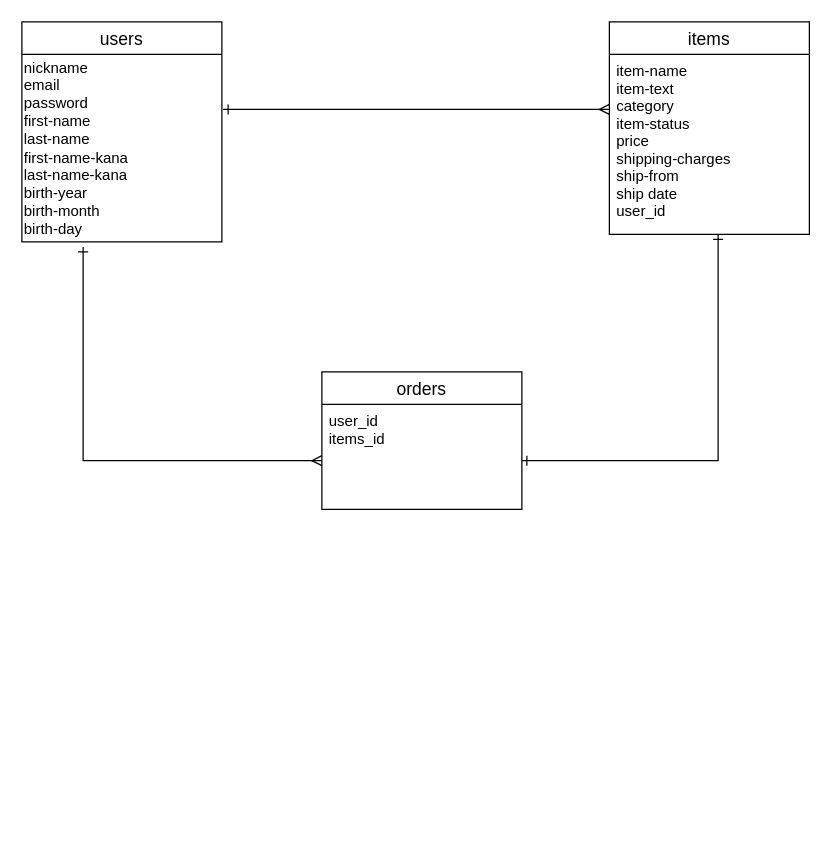
Earlier version of the draw.io diagram furima-37376.dio (yukisuzuki0314/furima-37376). Source tidied: cells renumbered, new cells numbered last; positions are measured from the earlier drawing's top-left corner, leaving out a move shared by most shapes. Both pictures are drawn from the tidied source at 125%, with x=0, y=0 at pixel (21, 21).
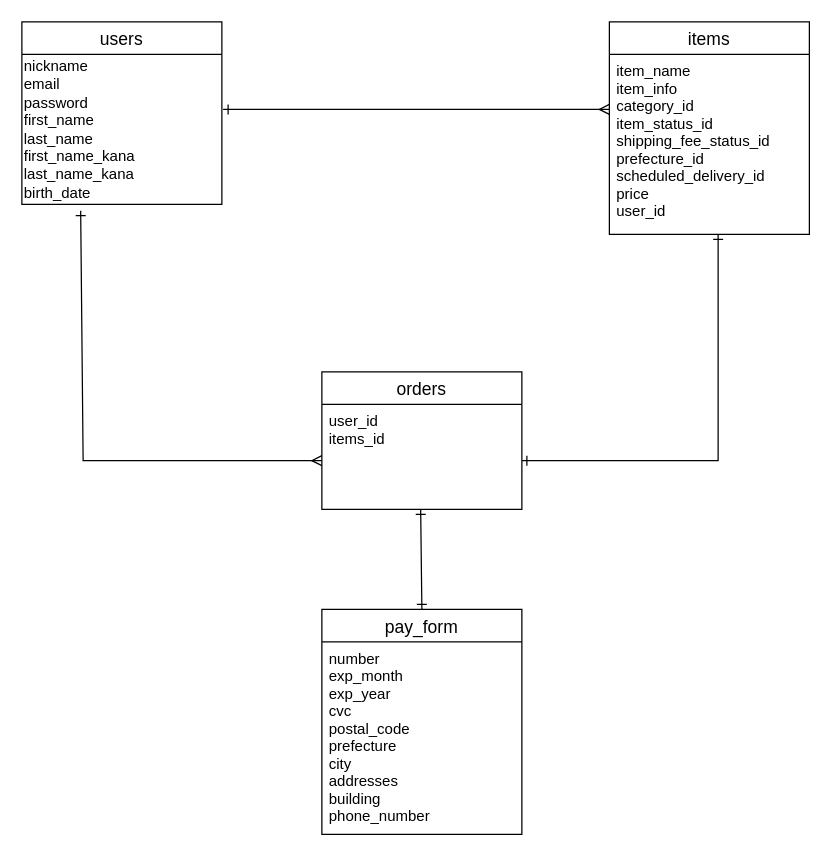
The same diagram, later.

Commit message (it also covers changes not shown here):
データベース設計の修正

Change to the diagram source:
```diff
@@
 <mxGraphModel>
   <root>
     <mxCell id="0" />
     <mxCell id="1" parent="0" />
     <mxCell id="2" value="items" style="swimlane;fontStyle=0;horizontal=1;startSize=26;align=center;fontSize=14;" parent="1" vertex="1">
       <mxGeometry x="470" width="160" height="170" as="geometry" />
     </mxCell>
-    <mxCell id="3" value="item-name&#10;item-text&#10;category&#10;item-status&#10;price&#10;shipping-charges&#10;ship-from&#10;ship date&#10;user_id" style="text;strokeColor=none;fillColor=none;spacingLeft=4;spacingRight=4;overflow=hidden;fontSize=12;" parent="2" vertex="1">
+    <mxCell id="3" value="item_name&#10;item_info&#10;category_id&#10;item_status_id&#10;shipping_fee_status_id&#10;prefecture_id&#10;scheduled_delivery_id&#10;price&#10;user_id" style="text;strokeColor=none;fillColor=none;spacingLeft=4;spacingRight=4;overflow=hidden;fontSize=12;" parent="2" vertex="1">
       <mxGeometry y="26" width="160" height="144" as="geometry" />
     </mxCell>
     <mxCell id="4" style="edgeStyle=none;html=1;strokeColor=default;rounded=0;targetPerimeterSpacing=0;endSize=6;startArrow=ERmany;startFill=0;endArrow=ERone;endFill=0;" parent="1" edge="1">
       <mxGeometry relative="1" as="geometry">
         <mxPoint x="470" y="70" as="sourcePoint" />
         <mxPoint x="161" y="70" as="targetPoint" />
       </mxGeometry>
     </mxCell>
     <mxCell id="5" value="users" style="swimlane;fontStyle=0;horizontal=1;startSize=26;align=center;fontSize=14;" parent="1" vertex="1">
-      <mxGeometry width="160" height="176" as="geometry" />
+      <mxGeometry width="160" height="146" as="geometry" />
     </mxCell>
-    <mxCell id="6" value="nickname&lt;br&gt;email&lt;br&gt;password&lt;br&gt;first-name&lt;br&gt;last-name&lt;br&gt;first-name-kana&lt;br&gt;last-name-kana&lt;br&gt;birth-year&lt;br&gt;birth-month&lt;br&gt;birth-day" style="text;html=1;align=left;verticalAlign=middle;points=[];strokeColor=none;fillColor=none;" parent="5" vertex="1">
-      <mxGeometry y="26" width="160" height="150" as="geometry" />
+    <mxCell id="6" value="nickname&lt;br&gt;email&lt;br&gt;password&lt;br&gt;first_name&lt;br&gt;last_name&lt;br&gt;first_name_kana&lt;br&gt;last_name_kana&lt;br&gt;birth_date" style="text;html=1;align=left;verticalAlign=middle;points=[];strokeColor=none;fillColor=none;" parent="5" vertex="1">
+      <mxGeometry y="26" width="160" height="120" as="geometry" />
     </mxCell>
     <mxCell id="7" value="orders" style="swimlane;fontStyle=0;horizontal=1;startSize=26;align=center;fontSize=14;" parent="1" vertex="1">
       <mxGeometry x="240" y="280" width="160" height="110" as="geometry" />
     </mxCell>
-    <mxCell id="8" value="user_id&#10;items_id" style="text;strokeColor=none;fillColor=none;spacingLeft=4;spacingRight=4;overflow=hidden;points=[[0,0.5],[1,0.5]];portConstraint=eastwest;fontSize=12;" parent="7" vertex="1">
-      <mxGeometry y="26" width="160" height="84" as="geometry" />
-    </mxCell>
-    <mxCell id="9" style="edgeStyle=none;rounded=0;html=1;startArrow=ERmany;startFill=0;endArrow=ERone;endFill=0;endSize=6;targetPerimeterSpacing=0;strokeColor=default;" parent="1" edge="1">
+    <mxCell id="9" style="edgeStyle=none;rounded=0;html=1;startArrow=ERmany;startFill=0;endArrow=ERone;endFill=0;endSize=6;targetPerimeterSpacing=0;strokeColor=default;entryX=0.294;entryY=1.042;entryDx=0;entryDy=0;entryPerimeter=0;" parent="1" edge="1" target="6">
       <mxGeometry relative="1" as="geometry">
         <mxPoint x="240" y="351" as="sourcePoint" />
-        <mxPoint x="49" y="180" as="targetPoint" />
         <Array as="points">
           <mxPoint x="49" y="351" />
         </Array>
       </mxGeometry>
     </mxCell>
     <mxCell id="10" style="edgeStyle=none;rounded=0;html=1;startArrow=ERone;startFill=0;endArrow=ERone;endFill=0;endSize=6;targetPerimeterSpacing=0;strokeColor=default;" parent="1" edge="1">
       <mxGeometry relative="1" as="geometry">
         <mxPoint x="400" y="351" as="sourcePoint" />
         <mxPoint x="557" y="170" as="targetPoint" />
         <Array as="points">
           <mxPoint x="557" y="351" />
         </Array>
       </mxGeometry>
     </mxCell>
+    <mxCell id="11" style="edgeStyle=none;html=1;exitX=0.5;exitY=0;exitDx=0;exitDy=0;entryX=0.494;entryY=1;entryDx=0;entryDy=0;entryPerimeter=0;startArrow=ERone;startFill=0;endArrow=ERone;endFill=0;" parent="1" edge="1" source="12" target="8">
+      <mxGeometry relative="1" as="geometry" />
+    </mxCell>
+    <mxCell id="12" value="pay_form" style="swimlane;fontStyle=0;horizontal=1;startSize=26;align=center;fontSize=14;" parent="1" vertex="1">
+      <mxGeometry x="240" y="470" width="160" height="180" as="geometry" />
+    </mxCell>
+    <mxCell id="13" value="number&#10;exp_month&#10;exp_year&#10;cvc&#10;postal_code&#10;prefecture&#10;city&#10;addresses&#10;building&#10;phone_number" style="text;strokeColor=none;fillColor=none;spacingLeft=4;spacingRight=4;overflow=hidden;fontSize=12;" parent="12" vertex="1">
+      <mxGeometry y="26" width="160" height="154" as="geometry" />
+    </mxCell>
+    <mxCell id="8" value="user_id&#10;items_id" style="text;strokeColor=none;fillColor=none;spacingLeft=4;spacingRight=4;overflow=hidden;points=[[0,0.5],[1,0.5]];portConstraint=eastwest;fontSize=12;" parent="1" vertex="1">
+      <mxGeometry x="240" y="306" width="160" height="84" as="geometry" />
+    </mxCell>
   </root>
 </mxGraphModel>
```
